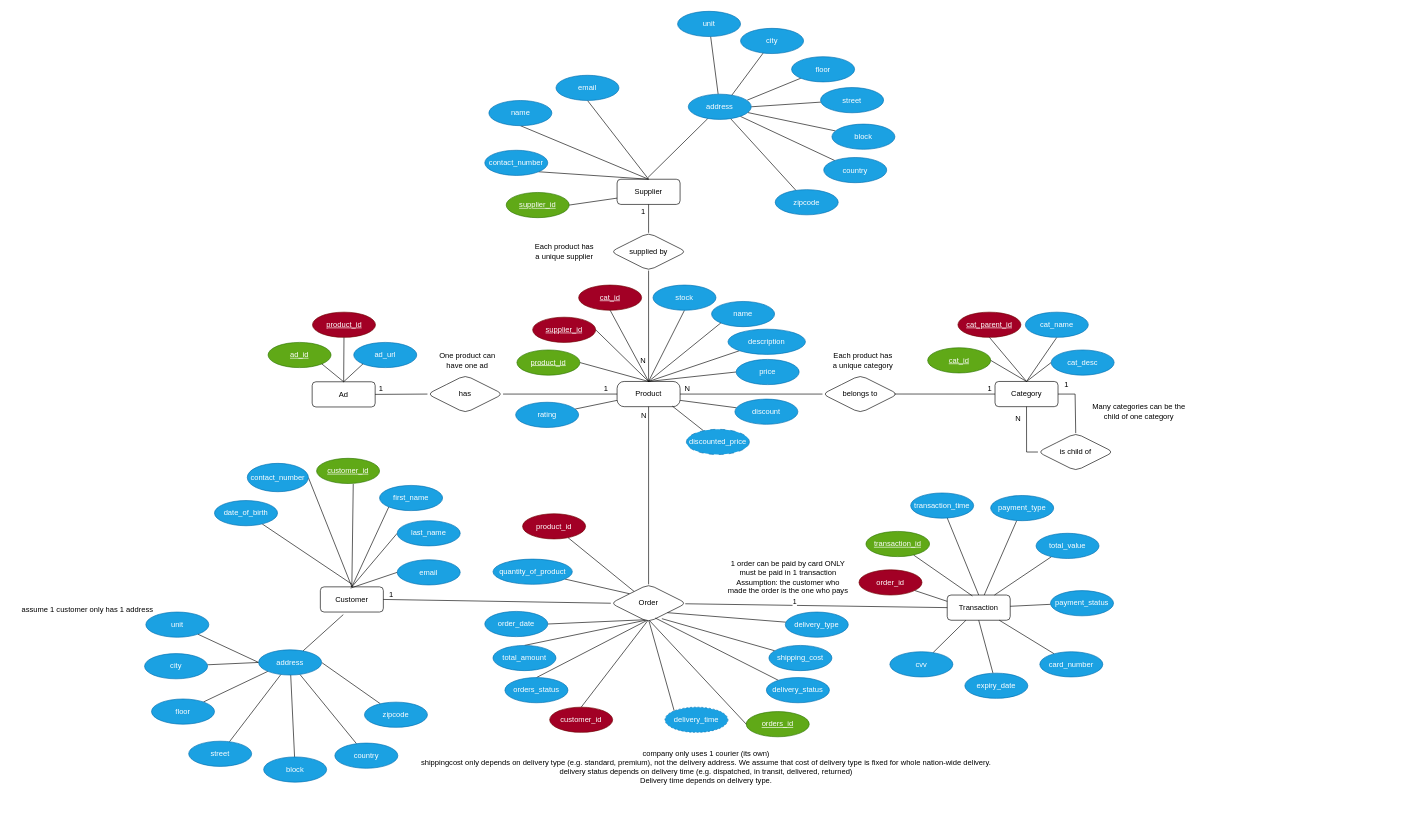
Above: E_R_Diagram/ER_Diag.drawio in diego-karsa/Data-Management-Group-15 (draw.io), before the change. Source tidied: cells renumbered, new cells numbered last; positions are measured from the earlier drawing's top-left corner, leaving out a move shared by most shapes. Both pictures are drawn from the tidied source at 63%, with x=0, y=0 at pixel (15, 11).
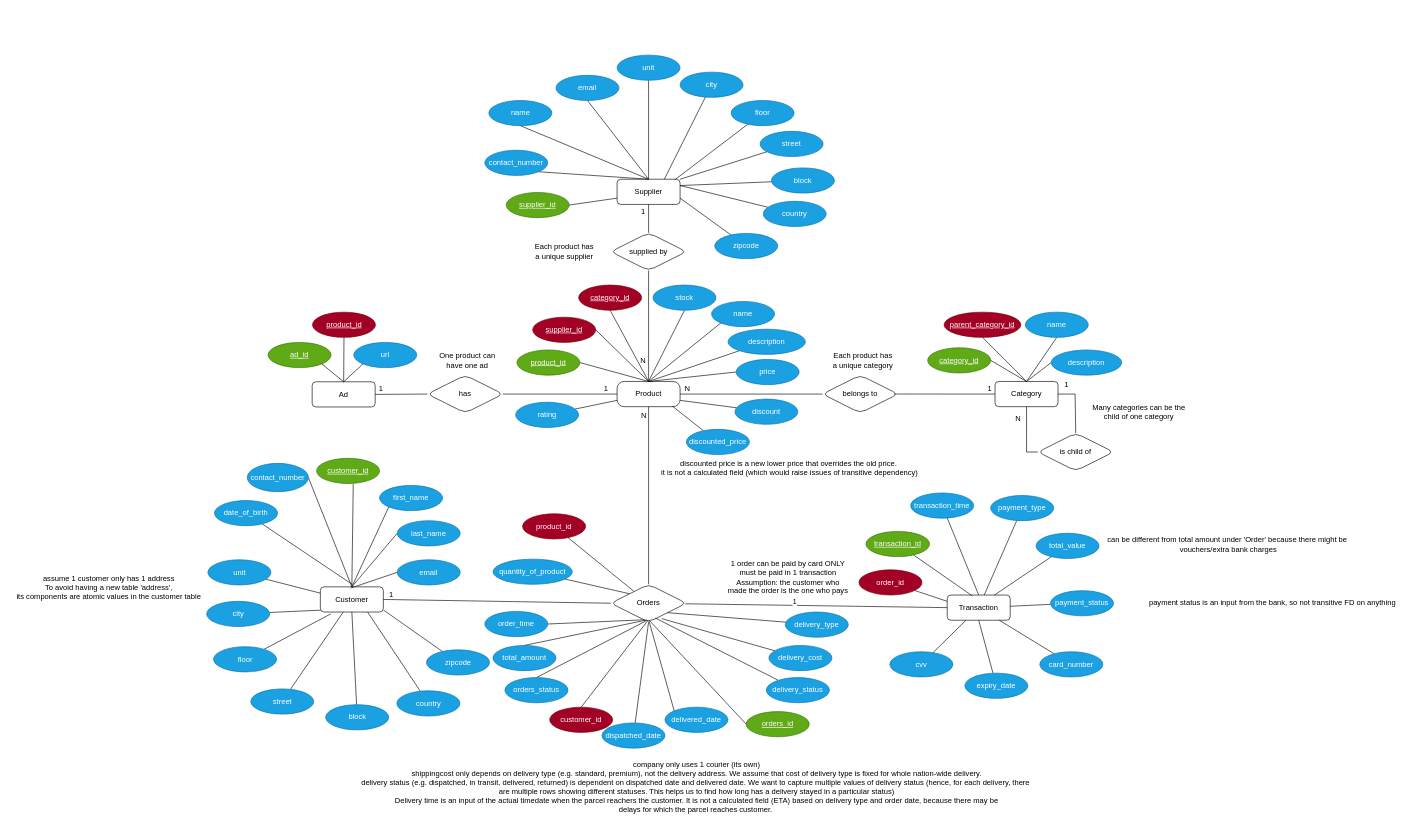
The same page after the edit.

Unchanged cells that the change refers to:
```xml
<mxCell id="2" value="Customer" style="whiteSpace=wrap;html=1;align=center;rounded=1;" parent="1" vertex="1">
  <mxGeometry x="484" y="914" width="100" height="40" as="geometry" />
</mxCell>
<mxCell id="9" value="Supplier" style="whiteSpace=wrap;html=1;align=center;rounded=1;" parent="1" vertex="1">
  <mxGeometry x="955" y="267" width="100" height="40" as="geometry" />
</mxCell>
```

Change to the diagram source:
```diff
@@
-    <mxCell id="17" value="cat_id" style="ellipse;whiteSpace=wrap;html=1;align=center;fontStyle=4;rounded=1;fillColor=#60a917;fontColor=#ffffff;strokeColor=#2D7600;" parent="1" vertex="1">
+    <mxCell id="17" value="category_id" style="ellipse;whiteSpace=wrap;html=1;align=center;fontStyle=4;rounded=1;fillColor=#60a917;fontColor=#ffffff;strokeColor=#2D7600;" parent="1" vertex="1">
       <mxGeometry x="1448" y="534.5" width="100" height="40" as="geometry" />
     </mxCell>
@@
-    <mxCell id="19" value="&lt;u&gt;cat_id&lt;/u&gt;" style="ellipse;whiteSpace=wrap;html=1;align=center;rounded=1;fillColor=#a20025;fontColor=#ffffff;strokeColor=#6F0000;" parent="1" vertex="1">
+    <mxCell id="19" value="&lt;u&gt;category_id&lt;/u&gt;" style="ellipse;whiteSpace=wrap;html=1;align=center;rounded=1;fillColor=#a20025;fontColor=#ffffff;strokeColor=#6F0000;" parent="1" vertex="1">
       <mxGeometry x="894" y="435" width="100" height="40" as="geometry" />
     </mxCell>
@@
-    <mxCell id="61" value="cat_parent_id" style="ellipse;whiteSpace=wrap;html=1;align=center;fontStyle=4;rounded=1;fillColor=#a20025;fontColor=#ffffff;strokeColor=#6F0000;" parent="1" vertex="1">
-      <mxGeometry x="1496" y="478" width="100" height="40" as="geometry" />
+    <mxCell id="61" value="parent_category_id" style="ellipse;whiteSpace=wrap;html=1;align=center;fontStyle=4;rounded=1;fillColor=#a20025;fontColor=#ffffff;strokeColor=#6F0000;" parent="1" vertex="1">
+      <mxGeometry x="1474" y="478" width="122" height="40" as="geometry" />
     </mxCell>
@@
-    <mxCell id="75" value="cat_name" style="ellipse;whiteSpace=wrap;html=1;align=center;fontStyle=0;rounded=1;fillColor=#1ba1e2;fontColor=#ffffff;strokeColor=#006EAF;" parent="1" vertex="1">
+    <mxCell id="75" value="name" style="ellipse;whiteSpace=wrap;html=1;align=center;fontStyle=0;rounded=1;fillColor=#1ba1e2;fontColor=#ffffff;strokeColor=#006EAF;" parent="1" vertex="1">
       <mxGeometry x="1603" y="478" width="100" height="40" as="geometry" />
     </mxCell>
@@
-    <mxCell id="77" value="cat_desc" style="ellipse;whiteSpace=wrap;html=1;align=center;fontStyle=0;rounded=1;fillColor=#1ba1e2;fontColor=#ffffff;strokeColor=#006EAF;" parent="1" vertex="1">
-      <mxGeometry x="1644" y="538" width="100" height="40" as="geometry" />
+    <mxCell id="77" value="description" style="ellipse;whiteSpace=wrap;html=1;align=center;fontStyle=0;rounded=1;fillColor=#1ba1e2;fontColor=#ffffff;strokeColor=#006EAF;" parent="1" vertex="1">
+      <mxGeometry x="1644" y="538" width="112" height="40" as="geometry" />
     </mxCell>
@@
-    <mxCell id="82" value="&lt;div&gt;order_date&lt;/div&gt;" style="ellipse;whiteSpace=wrap;html=1;align=center;fontStyle=0;rounded=1;fillColor=#1ba1e2;fontColor=#ffffff;strokeColor=#006EAF;" parent="1" vertex="1">
+    <mxCell id="82" value="&lt;div&gt;order_time&lt;/div&gt;" style="ellipse;whiteSpace=wrap;html=1;align=center;fontStyle=0;rounded=1;fillColor=#1ba1e2;fontColor=#ffffff;strokeColor=#006EAF;" parent="1" vertex="1">
       <mxGeometry x="745" y="953" width="100" height="40" as="geometry" />
     </mxCell>
@@
-    <mxCell id="92" value="ad_url" style="ellipse;whiteSpace=wrap;html=1;align=center;fontStyle=0;rounded=1;fillColor=#1ba1e2;fontColor=#ffffff;strokeColor=#006EAF;" parent="1" vertex="1">
+    <mxCell id="92" value="url" style="ellipse;whiteSpace=wrap;html=1;align=center;fontStyle=0;rounded=1;fillColor=#1ba1e2;fontColor=#ffffff;strokeColor=#006EAF;" parent="1" vertex="1">
       <mxGeometry x="537" y="526" width="100" height="40" as="geometry" />
     </mxCell>
@@
-    <mxCell id="110" value="shipping_cost" style="ellipse;whiteSpace=wrap;html=1;align=center;fontStyle=0;rounded=1;fillColor=#1ba1e2;fontColor=#ffffff;strokeColor=#006EAF;" parent="1" vertex="1">
+    <mxCell id="110" value="delivery_cost" style="ellipse;whiteSpace=wrap;html=1;align=center;fontStyle=0;rounded=1;fillColor=#1ba1e2;fontColor=#ffffff;strokeColor=#006EAF;" parent="1" vertex="1">
       <mxGeometry x="1196" y="1007" width="100" height="40" as="geometry" />
     </mxCell>
@@
-    <mxCell id="113" style="edgeStyle=none;html=1;endArrow=none;endFill=0;" parent="1" edge="1" source="114" target="151">
+    <mxCell id="113" style="edgeStyle=none;html=1;endArrow=none;endFill=0;entryX=0.75;entryY=1;entryDx=0;entryDy=0;" parent="1" edge="1" source="114" target="2">
       <mxGeometry relative="1" as="geometry" />
     </mxCell>
     <mxCell id="114" value="&lt;div&gt;country&lt;/div&gt;" style="ellipse;whiteSpace=wrap;html=1;align=center;fontStyle=0;rounded=1;fillColor=#1ba1e2;fontColor=#ffffff;strokeColor=#006EAF;" parent="1" vertex="1">
-      <mxGeometry x="507" y="1162" width="100" height="40" as="geometry" />
+      <mxGeometry x="605.5" y="1079" width="100" height="40" as="geometry" />
     </mxCell>
-    <mxCell id="115" style="edgeStyle=none;html=1;entryX=0;entryY=0.5;entryDx=0;entryDy=0;endArrow=none;endFill=0;" parent="1" edge="1" source="116" target="151">
+    <mxCell id="115" style="edgeStyle=none;html=1;endArrow=none;endFill=0;entryX=0;entryY=0.25;entryDx=0;entryDy=0;" parent="1" edge="1" source="116" target="2">
       <mxGeometry relative="1" as="geometry" />
     </mxCell>
     <mxCell id="116" value="&lt;div&gt;unit&lt;/div&gt;" style="ellipse;whiteSpace=wrap;html=1;align=center;fontStyle=0;rounded=1;fillColor=#1ba1e2;fontColor=#ffffff;strokeColor=#006EAF;" parent="1" vertex="1">
-      <mxGeometry x="207" y="954" width="100" height="40" as="geometry" />
+      <mxGeometry x="305.5" y="871" width="100" height="40" as="geometry" />
     </mxCell>
-    <mxCell id="117" style="edgeStyle=none;html=1;entryX=0;entryY=0.5;entryDx=0;entryDy=0;endArrow=none;endFill=0;" parent="1" edge="1" source="118" target="151">
-      <mxGeometry relative="1" as="geometry" />
+    <mxCell id="117" style="edgeStyle=none;html=1;entryX=0;entryY=0.5;entryDx=0;entryDy=0;endArrow=none;endFill=0;" parent="1" edge="1" source="118">
+      <mxGeometry relative="1" as="geometry">
+        <mxPoint x="484.5" y="951" as="targetPoint" />
+      </mxGeometry>
     </mxCell>
     <mxCell id="118" value="&lt;div&gt;city&lt;/div&gt;" style="ellipse;whiteSpace=wrap;html=1;align=center;fontStyle=0;rounded=1;fillColor=#1ba1e2;fontColor=#ffffff;strokeColor=#006EAF;" parent="1" vertex="1">
-      <mxGeometry x="205" y="1020" width="100" height="40" as="geometry" />
+      <mxGeometry x="303.5" y="937" width="100" height="40" as="geometry" />
     </mxCell>
-    <mxCell id="119" style="edgeStyle=none;html=1;endArrow=none;endFill=0;" parent="1" edge="1" source="120" target="151">
+    <mxCell id="119" style="edgeStyle=none;html=1;endArrow=none;endFill=0;" parent="1" edge="1" source="120" target="2">
       <mxGeometry relative="1" as="geometry" />
     </mxCell>
     <mxCell id="120" value="&lt;div&gt;street&lt;/div&gt;" style="ellipse;whiteSpace=wrap;html=1;align=center;fontStyle=0;rounded=1;fillColor=#1ba1e2;fontColor=#ffffff;strokeColor=#006EAF;" parent="1" vertex="1">
-      <mxGeometry x="275" y="1159" width="100" height="40" as="geometry" />
+      <mxGeometry x="373.5" y="1076" width="100" height="40" as="geometry" />
     </mxCell>
-    <mxCell id="121" style="edgeStyle=none;html=1;endArrow=none;endFill=0;" parent="1" edge="1" source="122" target="151">
+    <mxCell id="121" style="edgeStyle=none;html=1;endArrow=none;endFill=0;entryX=0.5;entryY=1;entryDx=0;entryDy=0;" parent="1" edge="1" source="122" target="2">
       <mxGeometry relative="1" as="geometry" />
     </mxCell>
     <mxCell id="122" value="&lt;div&gt;block&lt;/div&gt;" style="ellipse;whiteSpace=wrap;html=1;align=center;fontStyle=0;rounded=1;fillColor=#1ba1e2;fontColor=#ffffff;strokeColor=#006EAF;" parent="1" vertex="1">
-      <mxGeometry x="394" y="1184" width="100" height="40" as="geometry" />
+      <mxGeometry x="492.5" y="1101" width="100" height="40" as="geometry" />
     </mxCell>
-    <mxCell id="123" value="assume 1 customer only has 1 address" style="text;html=1;align=center;verticalAlign=middle;strokeColor=none;fillColor=none;" parent="1" vertex="1">
-      <mxGeometry y="937" width="227" height="26" as="geometry" />
+    <mxCell id="123" value="assume 1 customer only has 1 address&lt;br&gt;To avoid having a new table 'address', &lt;br&gt;its components are atomic values in the customer table" style="text;html=1;align=center;verticalAlign=middle;strokeColor=none;fillColor=none;" parent="1" vertex="1">
+      <mxGeometry x="-7.5" y="887" width="311" height="55" as="geometry" />
     </mxCell>
@@
-    <mxCell id="126" value="Order" style="shape=rhombus;perimeter=rhombusPerimeter;whiteSpace=wrap;html=1;align=center;rounded=1;" parent="1" vertex="1">
+    <mxCell id="126" value="Orders" style="shape=rhombus;perimeter=rhombusPerimeter;whiteSpace=wrap;html=1;align=center;rounded=1;" parent="1" vertex="1">
       <mxGeometry x="945" y="910" width="120" height="60" as="geometry" />
     </mxCell>
-    <mxCell id="127" style="edgeStyle=none;html=1;entryX=0;entryY=1;entryDx=0;entryDy=0;endArrow=none;endFill=0;" parent="1" edge="1" source="128" target="151">
+    <mxCell id="127" style="edgeStyle=none;html=1;entryX=0.164;entryY=1.076;entryDx=0;entryDy=0;endArrow=none;endFill=0;entryPerimeter=0;" parent="1" edge="1" source="128" target="2">
       <mxGeometry relative="1" as="geometry" />
     </mxCell>
     <mxCell id="128" value="&lt;div&gt;floor&lt;/div&gt;" style="ellipse;whiteSpace=wrap;html=1;align=center;fontStyle=0;rounded=1;fillColor=#1ba1e2;fontColor=#ffffff;strokeColor=#006EAF;" parent="1" vertex="1">
-      <mxGeometry x="216" y="1092" width="100" height="40" as="geometry" />
+      <mxGeometry x="314.5" y="1009" width="100" height="40" as="geometry" />
     </mxCell>
@@
-    <mxCell id="131" value="delivery_time" style="ellipse;whiteSpace=wrap;html=1;align=center;fontStyle=0;rounded=1;fillColor=#1ba1e2;fontColor=#ffffff;strokeColor=#006EAF;dashed=1;" parent="1" vertex="1">
+    <mxCell id="131" value="delivered_date" style="ellipse;whiteSpace=wrap;html=1;align=center;fontStyle=0;rounded=1;fillColor=#1ba1e2;fontColor=#ffffff;strokeColor=#006EAF;" parent="1" vertex="1">
       <mxGeometry x="1031" y="1105" width="100" height="40" as="geometry" />
     </mxCell>
@@
-    <mxCell id="137" value="&lt;div&gt;discounted_price&lt;/div&gt;" style="ellipse;whiteSpace=wrap;html=1;align=center;fontStyle=0;rounded=1;fillColor=#1ba1e2;fontColor=#ffffff;strokeColor=#006EAF;dashed=1;dashPattern=8 8;" parent="1" vertex="1">
+    <mxCell id="137" value="&lt;div&gt;discounted_price&lt;/div&gt;" style="ellipse;whiteSpace=wrap;html=1;align=center;fontStyle=0;rounded=1;fillColor=#1ba1e2;fontColor=#ffffff;strokeColor=#006EAF;" parent="1" vertex="1">
       <mxGeometry x="1065" y="664" width="100" height="40" as="geometry" />
     </mxCell>
-    <mxCell id="138" style="edgeStyle=none;html=1;entryX=1;entryY=0.5;entryDx=0;entryDy=0;endArrow=none;endFill=0;" parent="1" edge="1" source="139" target="151">
-      <mxGeometry relative="1" as="geometry" />
+    <mxCell id="138" style="edgeStyle=none;html=1;entryX=1;entryY=0.5;entryDx=0;entryDy=0;endArrow=none;endFill=0;" parent="1" edge="1" source="139">
+      <mxGeometry relative="1" as="geometry">
+        <mxPoint x="584.5" y="951" as="targetPoint" />
+      </mxGeometry>
     </mxCell>
     <mxCell id="139" value="&lt;div&gt;zipcode&lt;/div&gt;" style="ellipse;whiteSpace=wrap;html=1;align=center;fontStyle=0;rounded=1;fillColor=#1ba1e2;fontColor=#ffffff;strokeColor=#006EAF;" parent="1" vertex="1">
-      <mxGeometry x="554" y="1097" width="100" height="40" as="geometry" />
+      <mxGeometry x="652.5" y="1014" width="100" height="40" as="geometry" />
     </mxCell>
@@
-    <mxCell id="149" value="company only uses 1 courier (its own)&lt;br&gt;shippingcost only depends on delivery type (e.g. standard, premium), not the delivery address. We assume that cost of delivery type is fixed for whole nation-wide delivery.&lt;br&gt;delivery status depends on delivery time (e.g. dispatched, in transit, delivered, returned)&lt;br&gt;Delivery time depends on delivery type." style="text;html=1;align=center;verticalAlign=middle;strokeColor=none;fillColor=none;" parent="1" vertex="1">
-      <mxGeometry x="634" y="1165" width="923" height="70" as="geometry" />
+    <mxCell id="149" value="company only uses 1 courier (its own)&lt;br&gt;shippingcost only depends on delivery type (e.g. standard, premium), not the delivery address. We assume that cost of delivery type is fixed for whole nation-wide delivery.&lt;br&gt;delivery status (e.g. dispatched, in transit, delivered, returned) is dependent on dispatched date and delivered date. We want to capture multiple values of delivery status (hence, for each delivery, there&amp;nbsp;&lt;br&gt;are multiple rows showing different statuses. This helps us to find how long has a delivery stayed in a particular status)&lt;br&gt;Delivery time is an input of the actual timedate when the parcel reachers the customer. It is not a calculated field (ETA) based on delivery type and order date, because there may be&lt;br&gt;delays for which the parcel reaches customer.&amp;nbsp;" style="text;html=1;align=center;verticalAlign=middle;strokeColor=none;fillColor=none;" parent="1" vertex="1">
+      <mxGeometry x="540" y="1183" width="1082" height="98" as="geometry" />
     </mxCell>
-    <mxCell id="150" style="edgeStyle=none;html=1;entryX=0.364;entryY=1.102;entryDx=0;entryDy=0;entryPerimeter=0;endArrow=none;endFill=0;" parent="1" edge="1" source="151" target="2">
-      <mxGeometry relative="1" as="geometry" />
-    </mxCell>
-    <mxCell id="151" value="address" style="ellipse;whiteSpace=wrap;html=1;align=center;fontStyle=0;rounded=1;fillColor=#1ba1e2;fontColor=#ffffff;strokeColor=#006EAF;" parent="1" vertex="1">
-      <mxGeometry x="386" y="1014" width="100" height="40" as="geometry" />
-    </mxCell>
-    <mxCell id="152" style="edgeStyle=none;html=1;endArrow=none;endFill=0;" parent="1" edge="1" source="153" target="167">
+    <mxCell id="152" style="edgeStyle=none;html=1;endArrow=none;endFill=0;" parent="1" edge="1" source="153" target="9">
       <mxGeometry relative="1" as="geometry" />
     </mxCell>
     <mxCell id="153" value="&lt;div&gt;unit&lt;/div&gt;" style="ellipse;whiteSpace=wrap;html=1;align=center;fontStyle=0;rounded=1;fillColor=#1ba1e2;fontColor=#ffffff;strokeColor=#006EAF;" parent="1" vertex="1">
-      <mxGeometry x="1051" y="0.5" width="100" height="40" as="geometry" />
+      <mxGeometry x="955" y="70" width="100" height="40" as="geometry" />
     </mxCell>
-    <mxCell id="154" style="edgeStyle=none;html=1;entryX=0.681;entryY=0.074;entryDx=0;entryDy=0;entryPerimeter=0;endArrow=none;endFill=0;" parent="1" edge="1" source="155" target="167">
+    <mxCell id="154" style="edgeStyle=none;html=1;entryX=0.75;entryY=0;entryDx=0;entryDy=0;endArrow=none;endFill=0;" parent="1" edge="1" source="155" target="9">
       <mxGeometry relative="1" as="geometry" />
     </mxCell>
     <mxCell id="155" value="&lt;div&gt;city&lt;/div&gt;" style="ellipse;whiteSpace=wrap;html=1;align=center;fontStyle=0;rounded=1;fillColor=#1ba1e2;fontColor=#ffffff;strokeColor=#006EAF;" parent="1" vertex="1">
-      <mxGeometry x="1151" y="27.5" width="100" height="40" as="geometry" />
+      <mxGeometry x="1055" y="97" width="100" height="40" as="geometry" />
     </mxCell>
-    <mxCell id="156" style="edgeStyle=none;html=1;entryX=0.937;entryY=0.235;entryDx=0;entryDy=0;entryPerimeter=0;endArrow=none;endFill=0;" parent="1" edge="1" source="157" target="167">
+    <mxCell id="156" style="edgeStyle=none;html=1;entryX=0.918;entryY=0.018;entryDx=0;entryDy=0;entryPerimeter=0;endArrow=none;endFill=0;" parent="1" edge="1" source="157" target="9">
       <mxGeometry relative="1" as="geometry" />
     </mxCell>
     <mxCell id="157" value="&lt;div&gt;floor&lt;/div&gt;" style="ellipse;whiteSpace=wrap;html=1;align=center;fontStyle=0;rounded=1;fillColor=#1ba1e2;fontColor=#ffffff;strokeColor=#006EAF;" parent="1" vertex="1">
-      <mxGeometry x="1232" y="72.5" width="100" height="40" as="geometry" />
+      <mxGeometry x="1136" y="142" width="100" height="40" as="geometry" />
     </mxCell>
-    <mxCell id="158" style="edgeStyle=none;html=1;entryX=1;entryY=0.5;entryDx=0;entryDy=0;endArrow=none;endFill=0;" parent="1" edge="1" source="159" target="167">
+    <mxCell id="158" style="edgeStyle=none;html=1;entryX=1;entryY=0;entryDx=0;entryDy=0;endArrow=none;endFill=0;" parent="1" edge="1" source="159" target="9">
       <mxGeometry relative="1" as="geometry" />
     </mxCell>
     <mxCell id="159" value="&lt;div&gt;street&lt;/div&gt;" style="ellipse;whiteSpace=wrap;html=1;align=center;fontStyle=0;rounded=1;fillColor=#1ba1e2;fontColor=#ffffff;strokeColor=#006EAF;" parent="1" vertex="1">
-      <mxGeometry x="1278" y="121.5" width="100" height="40" as="geometry" />
+      <mxGeometry x="1182" y="191" width="100" height="40" as="geometry" />
     </mxCell>
-    <mxCell id="160" style="edgeStyle=none;html=1;endArrow=none;endFill=0;" parent="1" edge="1" source="161" target="167">
+    <mxCell id="160" style="edgeStyle=none;html=1;endArrow=none;endFill=0;entryX=1;entryY=0.25;entryDx=0;entryDy=0;" parent="1" edge="1" source="161" target="9">
       <mxGeometry relative="1" as="geometry" />
     </mxCell>
     <mxCell id="161" value="&lt;div&gt;block&lt;/div&gt;" style="ellipse;whiteSpace=wrap;html=1;align=center;fontStyle=0;rounded=1;fillColor=#1ba1e2;fontColor=#ffffff;strokeColor=#006EAF;" parent="1" vertex="1">
-      <mxGeometry x="1296" y="179.5" width="100" height="40" as="geometry" />
+      <mxGeometry x="1200" y="249" width="100" height="40" as="geometry" />
     </mxCell>
-    <mxCell id="162" style="edgeStyle=none;html=1;endArrow=none;endFill=0;" parent="1" edge="1" source="163" target="167">
+    <mxCell id="162" style="edgeStyle=none;html=1;endArrow=none;endFill=0;entryX=1;entryY=0.25;entryDx=0;entryDy=0;" parent="1" edge="1" source="163" target="9">
       <mxGeometry relative="1" as="geometry" />
     </mxCell>
     <mxCell id="163" value="&lt;div&gt;country&lt;/div&gt;" style="ellipse;whiteSpace=wrap;html=1;align=center;fontStyle=0;rounded=1;fillColor=#1ba1e2;fontColor=#ffffff;strokeColor=#006EAF;" parent="1" vertex="1">
-      <mxGeometry x="1283" y="232.5" width="100" height="40" as="geometry" />
+      <mxGeometry x="1187" y="302" width="100" height="40" as="geometry" />
     </mxCell>
-    <mxCell id="164" style="edgeStyle=none;html=1;endArrow=none;endFill=0;" parent="1" edge="1" source="165" target="167">
+    <mxCell id="164" style="edgeStyle=none;html=1;endArrow=none;endFill=0;entryX=1;entryY=0.75;entryDx=0;entryDy=0;" parent="1" edge="1" source="165" target="9">
       <mxGeometry relative="1" as="geometry" />
     </mxCell>
     <mxCell id="165" value="&lt;div&gt;zipcode&lt;/div&gt;" style="ellipse;whiteSpace=wrap;html=1;align=center;fontStyle=0;rounded=1;fillColor=#1ba1e2;fontColor=#ffffff;strokeColor=#006EAF;" parent="1" vertex="1">
-      <mxGeometry x="1206" y="283.5" width="100" height="40" as="geometry" />
+      <mxGeometry x="1110" y="353" width="100" height="40" as="geometry" />
     </mxCell>
-    <mxCell id="166" style="edgeStyle=none;html=1;endArrow=none;endFill=0;" parent="1" edge="1" source="167">
-      <mxGeometry relative="1" as="geometry">
-        <mxPoint x="1004" y="264.3" as="targetPoint" />
-      </mxGeometry>
-    </mxCell>
-    <mxCell id="167" value="address" style="ellipse;whiteSpace=wrap;html=1;align=center;fontStyle=0;rounded=1;fillColor=#1ba1e2;fontColor=#ffffff;strokeColor=#006EAF;" parent="1" vertex="1">
-      <mxGeometry x="1068" y="132" width="100" height="40" as="geometry" />
-    </mxCell>
+    <mxCell id="168" value="discounted price is a new lower price that overrides the old price.&lt;br&gt;&amp;nbsp;it is not a calculated field (which would raise issues of transitive dependency)" style="text;html=1;align=center;verticalAlign=middle;strokeColor=none;fillColor=none;" parent="1" vertex="1">
+      <mxGeometry x="1012" y="704" width="429" height="41" as="geometry" />
+    </mxCell>
+    <mxCell id="169" style="edgeStyle=none;html=1;entryX=0.5;entryY=1;entryDx=0;entryDy=0;endArrow=none;endFill=0;" parent="1" edge="1" source="170" target="126">
+      <mxGeometry relative="1" as="geometry" />
+    </mxCell>
+    <mxCell id="170" value="dispatched_date" style="ellipse;whiteSpace=wrap;html=1;align=center;fontStyle=0;rounded=1;fillColor=#1ba1e2;fontColor=#ffffff;strokeColor=#006EAF;" parent="1" vertex="1">
+      <mxGeometry x="931" y="1130" width="100" height="40" as="geometry" />
+    </mxCell>
+    <mxCell id="171" value="&lt;div&gt;payment status is an input from the bank, so not transitive FD on anything&lt;/div&gt;" style="text;html=1;align=center;verticalAlign=middle;strokeColor=none;fillColor=none;" parent="1" vertex="1">
+      <mxGeometry x="1790" y="927" width="410" height="26" as="geometry" />
+    </mxCell>
+    <mxCell id="172" value="&lt;div&gt;can be different from total amount under 'Order' because there might be&amp;nbsp;&lt;/div&gt;&lt;div&gt;vouchers/extra bank charges&lt;/div&gt;" style="text;html=1;align=center;verticalAlign=middle;strokeColor=none;fillColor=none;" parent="1" vertex="1">
+      <mxGeometry x="1724" y="826" width="402" height="41" as="geometry" />
+    </mxCell>
```
